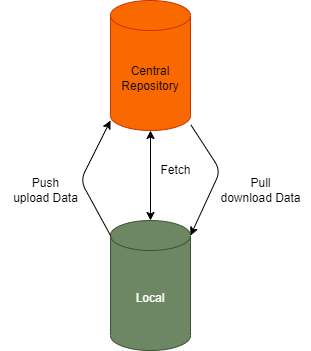
This is doc/images/pushPull.drawio.png from Flo090/sw_developer_2023, a draw.io export, as it was before one commit. Source tidied: cells renumbered, new cells last; positions are measured from the earlier drawing's top-left corner, leaving out a move shared by most shapes.
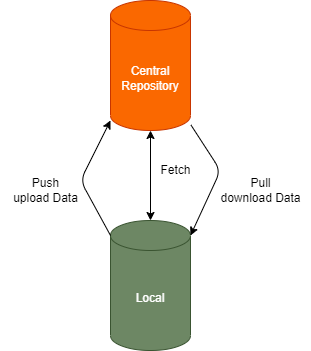
Later version of the same file.

What changed in the source:
```diff
@@ -2,7 +2,7 @@
   <root>
     <mxCell id="0" />
     <mxCell id="1" parent="0" />
-    <mxCell id="2" value="Central&lt;br&gt;Repository" style="shape=cylinder3;whiteSpace=wrap;html=1;boundedLbl=1;backgroundOutline=1;size=15;fillColor=#fa6800;fontColor=#000000;strokeColor=#C73500;" parent="1" vertex="1">
+    <mxCell id="2" value="&lt;font color=&quot;#ffffff&quot;&gt;Central&lt;br&gt;Repository&lt;/font&gt;" style="shape=cylinder3;whiteSpace=wrap;html=1;boundedLbl=1;backgroundOutline=1;size=15;fillColor=#fa6800;fontColor=#000000;strokeColor=#C73500;" parent="1" vertex="1">
       <mxGeometry x="110" width="80" height="130" as="geometry" />
     </mxCell>
     <mxCell id="3" value="Local" style="shape=cylinder3;whiteSpace=wrap;html=1;boundedLbl=1;backgroundOutline=1;size=15;fillColor=#6d8764;fontColor=#ffffff;strokeColor=#3A5431;" parent="1" vertex="1">
```
